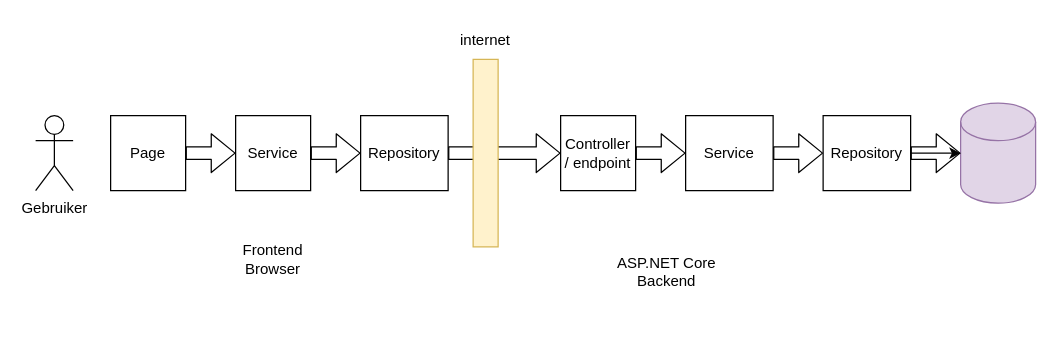
JPtenBerge/blazor-2025-08 keeps this draw.io diagram as page "Lab-infra" (4 of 5) of drawings.drawio. Above is the earlier version. Source tidied: cells renumbered, new cells numbered last; positions are measured from the earlier drawing's top-left corner, leaving out a move shared by most shapes. Both pictures are drawn from the tidied source at 125%, with x=0, y=0 at pixel (35, 21).
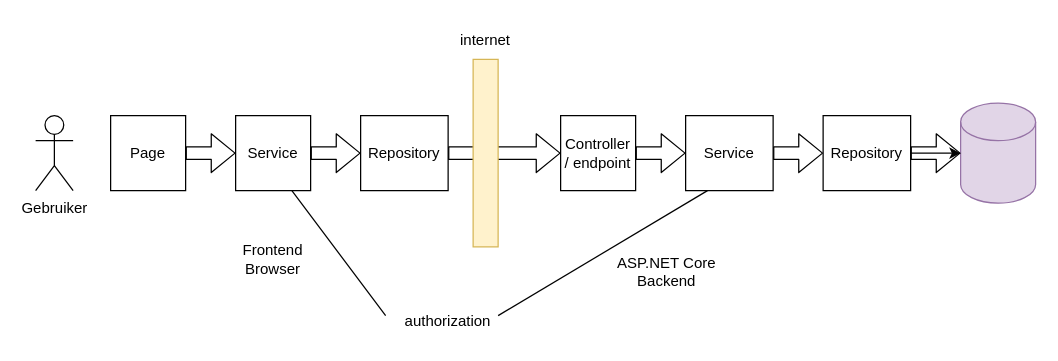
The same page after the edit.

Unchanged cells that the change refers to:
```xml
<mxCell id="5" value="Service" style="rounded=0;whiteSpace=wrap;html=1;" parent="1" vertex="1">
  <mxGeometry x="160" y="75" width="60" height="60" as="geometry" />
</mxCell>
<mxCell id="11" value="Service" style="rounded=0;whiteSpace=wrap;html=1;" parent="1" vertex="1">
  <mxGeometry x="520" y="75" width="70" height="60" as="geometry" />
</mxCell>
```

Diff of the diagram source:
```diff
@@
+    <mxCell id="21" style="endArrow=none;html=1;exitX=0.75;exitY=1;exitDx=0;exitDy=0;" parent="1" edge="1" source="5">
+      <mxGeometry relative="1" as="geometry">
+        <mxPoint x="280" y="235" as="targetPoint" />
+      </mxGeometry>
+    </mxCell>
+    <mxCell id="22" style="endArrow=none;html=1;entryX=0.25;entryY=1;entryDx=0;entryDy=0;" parent="1" edge="1" target="11">
+      <mxGeometry relative="1" as="geometry">
+        <mxPoint x="370" y="235" as="sourcePoint" />
+      </mxGeometry>
+    </mxCell>
+    <mxCell id="23" value="authorization" style="text;html=1;align=center;verticalAlign=middle;whiteSpace=wrap;rounded=0;" parent="1" vertex="1">
+      <mxGeometry x="300" y="225" width="60" height="30" as="geometry" />
+    </mxCell>
```
